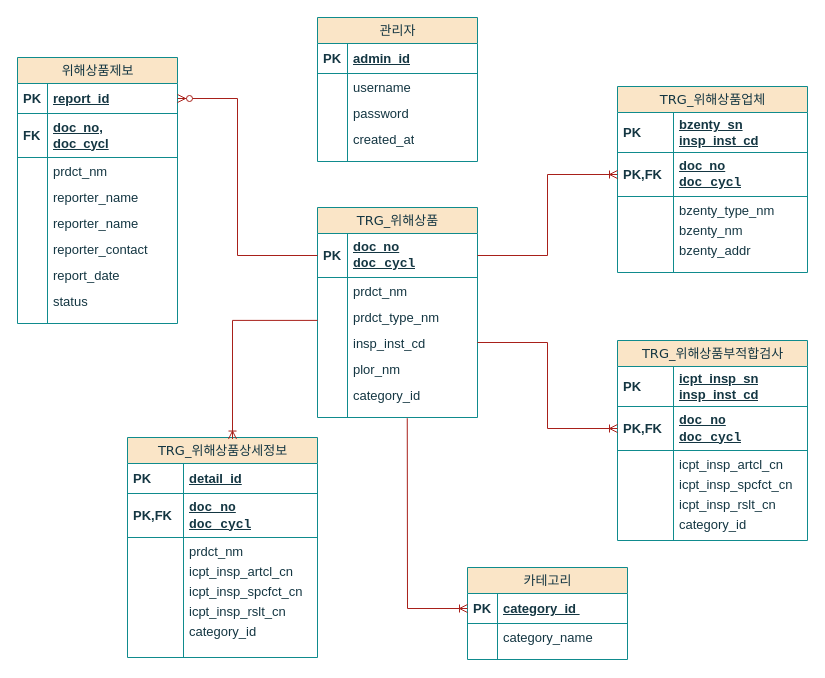
Above: [위해상품관리시스템]_ERD_차수민.drawio in SOOMINCHA/product_front (draw.io), before the change. Source tidied: cells renumbered, new cells numbered last; positions are measured from the earlier drawing's top-left corner, leaving out a move shared by most shapes. Both pictures are drawn from the tidied source at 100%, with x=0, y=0 at pixel (17, 17).
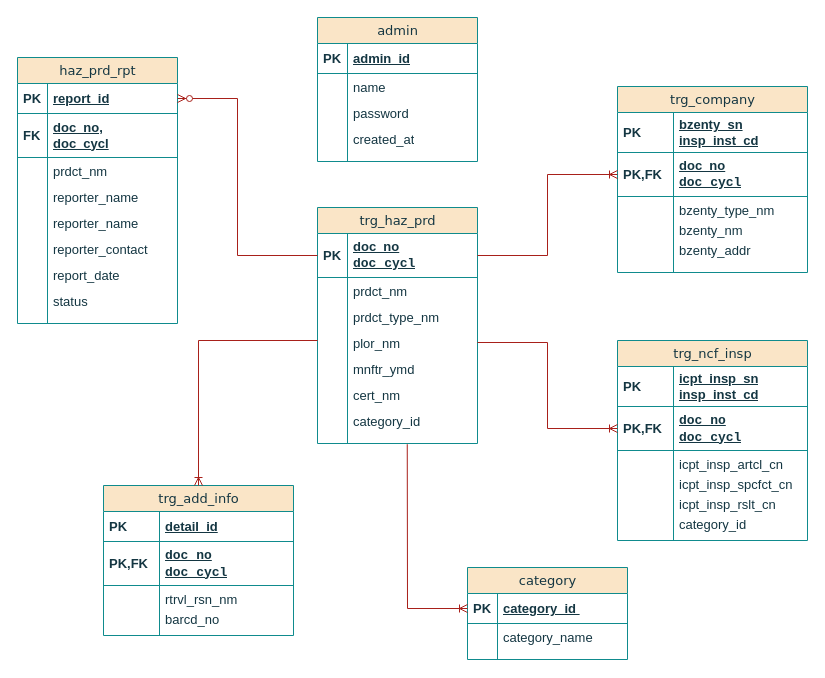
Above is the later version.

Commit message:
[위해상품관리시스템]_ERD_차수민.drawio 업데이트

The edit, as a diff of the source:
```diff
@@
-    <mxCell id="2" value="관리자" style="swimlane;html=1;fontStyle=0;horizontal=1;startSize=26;fillColor=#FAE5C7;swimlaneFillColor=#ffffff;align=center;rounded=0;shadow=0;comic=0;labelBackgroundColor=none;strokeWidth=1;fontFamily=Verdana;fontSize=13;swimlaneLine=1;glass=0;strokeColor=#0F8B8D;fontColor=#143642;" parent="1" vertex="1">
+    <mxCell id="2" value="admin" style="swimlane;html=1;fontStyle=0;horizontal=1;startSize=26;fillColor=#FAE5C7;swimlaneFillColor=#ffffff;align=center;rounded=0;shadow=0;comic=0;labelBackgroundColor=none;strokeWidth=1;fontFamily=Verdana;fontSize=13;swimlaneLine=1;glass=0;strokeColor=#0F8B8D;fontColor=#143642;" parent="1" vertex="1">
       <mxGeometry x="300" width="160" height="144" as="geometry" />
     </mxCell>
@@
-    <mxCell id="5" value="&lt;code&gt;&lt;font face=&quot;Helvetica&quot;&gt;username&lt;/font&gt;&lt;/code&gt;" style="shape=partialRectangle;top=0;left=0;right=0;bottom=0;html=1;align=left;verticalAlign=top;fillColor=none;spacingLeft=34;spacingRight=4;whiteSpace=wrap;overflow=hidden;fontSize=13;labelBackgroundColor=none;strokeColor=#0F8B8D;fontColor=#143642;" parent="2" vertex="1">
+    <mxCell id="5" value="&lt;code&gt;&lt;font face=&quot;Helvetica&quot;&gt;name&lt;/font&gt;&lt;/code&gt;" style="shape=partialRectangle;top=0;left=0;right=0;bottom=0;html=1;align=left;verticalAlign=top;fillColor=none;spacingLeft=34;spacingRight=4;whiteSpace=wrap;overflow=hidden;fontSize=13;labelBackgroundColor=none;strokeColor=#0F8B8D;fontColor=#143642;" parent="2" vertex="1">
       <mxGeometry y="56" width="160" height="26" as="geometry" />
     </mxCell>
@@
-    <mxCell id="13" value="위해상품제보" style="swimlane;html=1;fontStyle=0;horizontal=1;startSize=26;fillColor=#FAE5C7;swimlaneFillColor=#ffffff;align=center;rounded=0;shadow=0;comic=0;labelBackgroundColor=none;strokeWidth=1;fontFamily=Verdana;fontSize=13;strokeColor=#0F8B8D;fontColor=#143642;" parent="1" vertex="1">
+    <mxCell id="13" value="haz_prd_rpt" style="swimlane;html=1;fontStyle=0;horizontal=1;startSize=26;fillColor=#FAE5C7;swimlaneFillColor=#ffffff;align=center;rounded=0;shadow=0;comic=0;labelBackgroundColor=none;strokeWidth=1;fontFamily=Verdana;fontSize=13;strokeColor=#0F8B8D;fontColor=#143642;" parent="1" vertex="1">
       <mxGeometry y="40" width="160" height="266" as="geometry" />
     </mxCell>
@@
-    <mxCell id="32" value="TRG_위해상품" style="swimlane;html=1;fontStyle=0;horizontal=1;startSize=26;fillColor=#FAE5C7;swimlaneFillColor=#ffffff;align=center;rounded=0;shadow=0;comic=0;labelBackgroundColor=none;strokeWidth=1;fontFamily=Verdana;fontSize=13;strokeColor=#0F8B8D;fontColor=#143642;" parent="1" vertex="1">
-      <mxGeometry x="300" y="190" width="160" height="210" as="geometry" />
+    <mxCell id="32" value="trg_haz_prd" style="swimlane;html=1;fontStyle=0;horizontal=1;startSize=26;fillColor=#FAE5C7;swimlaneFillColor=#ffffff;align=center;rounded=0;shadow=0;comic=0;labelBackgroundColor=none;strokeWidth=1;fontFamily=Verdana;fontSize=13;strokeColor=#0F8B8D;fontColor=#143642;" parent="1" vertex="1">
+      <mxGeometry x="300" y="190" width="160" height="236" as="geometry" />
     </mxCell>
@@
-    <mxCell id="39" value="insp_inst_cd" style="shape=partialRectangle;top=0;left=0;right=0;bottom=0;html=1;align=left;verticalAlign=top;fillColor=none;spacingLeft=34;spacingRight=4;whiteSpace=wrap;overflow=hidden;points=[[0,0.5],[1,0.5]];portConstraint=eastwest;fontSize=13;labelBackgroundColor=none;strokeColor=#0F8B8D;fontColor=#143642;" parent="32" vertex="1">
+    <mxCell id="39" value="plor_nm" style="shape=partialRectangle;top=0;left=0;right=0;bottom=0;html=1;align=left;verticalAlign=top;fillColor=none;spacingLeft=34;spacingRight=4;whiteSpace=wrap;overflow=hidden;points=[[0,0.5],[1,0.5]];portConstraint=eastwest;fontSize=13;labelBackgroundColor=none;strokeColor=#0F8B8D;fontColor=#143642;" parent="32" vertex="1">
       <mxGeometry y="122" width="160" height="26" as="geometry" />
     </mxCell>
@@
-    <mxCell id="41" value="plor_nm" style="shape=partialRectangle;top=0;left=0;right=0;bottom=0;html=1;align=left;verticalAlign=top;fillColor=none;spacingLeft=34;spacingRight=4;whiteSpace=wrap;overflow=hidden;fontSize=13;labelBackgroundColor=none;strokeColor=#0F8B8D;fontColor=#143642;" parent="32" vertex="1">
+    <mxCell id="41" value="mnftr_ymd" style="shape=partialRectangle;top=0;left=0;right=0;bottom=0;html=1;align=left;verticalAlign=top;fillColor=none;spacingLeft=34;spacingRight=4;whiteSpace=wrap;overflow=hidden;fontSize=13;labelBackgroundColor=none;strokeColor=#0F8B8D;fontColor=#143642;" parent="32" vertex="1">
       <mxGeometry y="148" width="160" height="26" as="geometry" />
     </mxCell>
@@
+    <mxCell id="98" value="cert_nm" style="shape=partialRectangle;top=0;left=0;right=0;bottom=0;html=1;align=left;verticalAlign=top;fillColor=none;spacingLeft=34;spacingRight=4;whiteSpace=wrap;overflow=hidden;fontSize=13;labelBackgroundColor=none;strokeColor=#0F8B8D;fontColor=#143642;" parent="32" vertex="1">
+      <mxGeometry y="174" width="160" height="26" as="geometry" />
+    </mxCell>
+    <mxCell id="99" style="shape=partialRectangle;top=0;left=0;bottom=0;html=1;fillColor=none;align=left;verticalAlign=top;spacingLeft=4;spacingRight=4;whiteSpace=wrap;overflow=hidden;fontSize=13;labelBackgroundColor=none;strokeColor=#0F8B8D;fontColor=#143642;" parent="98" vertex="1">
+      <mxGeometry width="30" height="26" as="geometry" />
+    </mxCell>
     <mxCell id="43" value="&lt;font face=&quot;Helvetica&quot;&gt;category_id&lt;/font&gt;" style="shape=partialRectangle;top=0;left=0;right=0;bottom=0;html=1;align=left;verticalAlign=top;fillColor=none;spacingLeft=34;spacingRight=4;whiteSpace=wrap;overflow=hidden;fontSize=13;labelBackgroundColor=none;strokeColor=#0F8B8D;fontColor=#143642;" parent="32" vertex="1">
-      <mxGeometry y="174" width="160" height="26" as="geometry" />
+      <mxGeometry y="200" width="160" height="26" as="geometry" />
     </mxCell>
@@
     <mxCell id="45" style="shape=partialRectangle;top=0;left=0;right=0;bottom=0;html=1;align=left;verticalAlign=top;fillColor=none;spacingLeft=34;spacingRight=4;whiteSpace=wrap;overflow=hidden;points=[[0,0.5],[1,0.5]];portConstraint=eastwest;fontSize=13;labelBackgroundColor=none;strokeColor=#0F8B8D;fontColor=#143642;" parent="32" vertex="1">
-      <mxGeometry y="200" width="160" height="10" as="geometry" />
+      <mxGeometry y="226" width="160" height="10" as="geometry" />
     </mxCell>
@@
-    <mxCell id="47" value="TRG_위해상품업체" style="swimlane;html=1;fontStyle=0;horizontal=1;startSize=26;fillColor=#FAE5C7;swimlaneFillColor=#ffffff;align=center;rounded=0;shadow=0;comic=0;labelBackgroundColor=none;strokeWidth=1;fontFamily=Verdana;fontSize=13;strokeColor=#0F8B8D;fontColor=#143642;" parent="1" vertex="1">
+    <mxCell id="47" value="trg_company" style="swimlane;html=1;fontStyle=0;horizontal=1;startSize=26;fillColor=#FAE5C7;swimlaneFillColor=#ffffff;align=center;rounded=0;shadow=0;comic=0;labelBackgroundColor=none;strokeWidth=1;fontFamily=Verdana;fontSize=13;strokeColor=#0F8B8D;fontColor=#143642;" parent="1" vertex="1">
       <mxGeometry x="600" y="69" width="190" height="186" as="geometry" />
     </mxCell>
@@
-    <mxCell id="58" value="TRG_위해상품부적합검사" style="swimlane;html=1;fontStyle=0;horizontal=1;startSize=26;fillColor=#FAE5C7;swimlaneFillColor=#ffffff;align=center;rounded=0;shadow=0;comic=0;labelBackgroundColor=none;strokeWidth=1;fontFamily=Verdana;fontSize=13;strokeColor=#0F8B8D;fontColor=#143642;" parent="1" vertex="1">
+    <mxCell id="58" value="trg_ncf_insp" style="swimlane;html=1;fontStyle=0;horizontal=1;startSize=26;fillColor=#FAE5C7;swimlaneFillColor=#ffffff;align=center;rounded=0;shadow=0;comic=0;labelBackgroundColor=none;strokeWidth=1;fontFamily=Verdana;fontSize=13;strokeColor=#0F8B8D;fontColor=#143642;" parent="1" vertex="1">
       <mxGeometry x="600" y="323" width="190" height="200" as="geometry" />
     </mxCell>
@@
-    <mxCell id="71" value="카테고리" style="swimlane;html=1;fontStyle=0;horizontal=1;startSize=26;fillColor=#FAE5C7;swimlaneFillColor=#ffffff;align=center;rounded=0;shadow=0;comic=0;labelBackgroundColor=none;strokeWidth=1;fontFamily=Verdana;fontSize=13;swimlaneLine=1;strokeColor=#0F8B8D;fontColor=#143642;" parent="1" vertex="1">
+    <mxCell id="71" value="category" style="swimlane;html=1;fontStyle=0;horizontal=1;startSize=26;fillColor=#FAE5C7;swimlaneFillColor=#ffffff;align=center;rounded=0;shadow=0;comic=0;labelBackgroundColor=none;strokeWidth=1;fontFamily=Verdana;fontSize=13;swimlaneLine=1;strokeColor=#0F8B8D;fontColor=#143642;" parent="1" vertex="1">
       <mxGeometry x="450" y="550" width="160" height="92" as="geometry" />
     </mxCell>
@@
-    <mxCell id="82" value="TRG_위해상품상세정보" style="swimlane;html=1;fontStyle=0;horizontal=1;startSize=26;fillColor=#FAE5C7;swimlaneFillColor=#ffffff;align=center;rounded=0;shadow=0;comic=0;labelBackgroundColor=none;strokeWidth=1;fontFamily=Verdana;fontSize=13;strokeColor=#0F8B8D;fontColor=#143642;" parent="1" vertex="1">
-      <mxGeometry x="110" y="420" width="190" height="220" as="geometry" />
+    <mxCell id="82" value="trg_add_info" style="swimlane;html=1;fontStyle=0;horizontal=1;startSize=26;fillColor=#FAE5C7;swimlaneFillColor=#ffffff;align=center;rounded=0;shadow=0;comic=0;labelBackgroundColor=none;strokeWidth=1;fontFamily=Verdana;fontSize=13;strokeColor=#0F8B8D;fontColor=#143642;" parent="1" vertex="1">
+      <mxGeometry x="86" y="468" width="190" height="150" as="geometry" />
     </mxCell>
@@
-    <mxCell id="87" value="prdct_nm" style="shape=partialRectangle;top=0;left=0;right=0;bottom=0;html=1;align=left;verticalAlign=top;fillColor=none;spacingLeft=60;spacingRight=4;whiteSpace=wrap;overflow=hidden;fontSize=13;labelBackgroundColor=none;strokeColor=#0F8B8D;fontColor=#143642;" parent="82" vertex="1">
+    <mxCell id="87" value="rtrvl_rsn_nm" style="shape=partialRectangle;top=0;left=0;right=0;bottom=0;html=1;align=left;verticalAlign=top;fillColor=none;spacingLeft=60;spacingRight=4;whiteSpace=wrap;overflow=hidden;fontSize=13;labelBackgroundColor=none;strokeColor=#0F8B8D;fontColor=#143642;" parent="82" vertex="1">
       <mxGeometry y="100" width="190" height="20" as="geometry" />
     </mxCell>
@@
-    <mxCell id="89" value="&lt;code&gt;&lt;font face=&quot;Helvetica&quot;&gt;icpt_insp_artcl_cn &lt;/font&gt;&lt;/code&gt;" style="shape=partialRectangle;top=0;left=0;right=0;bottom=0;html=1;align=left;verticalAlign=top;fillColor=none;spacingLeft=60;spacingRight=4;whiteSpace=wrap;overflow=hidden;fontSize=13;labelBackgroundColor=none;strokeColor=#0F8B8D;fontColor=#143642;" parent="82" vertex="1">
-      <mxGeometry y="120" width="190" height="20" as="geometry" />
+    <mxCell id="89" value="barcd_no" style="shape=partialRectangle;top=0;left=0;right=0;bottom=0;html=1;align=left;verticalAlign=top;fillColor=none;spacingLeft=60;spacingRight=4;whiteSpace=wrap;overflow=hidden;fontSize=13;labelBackgroundColor=none;strokeColor=#0F8B8D;fontColor=#143642;" parent="82" vertex="1">
+      <mxGeometry y="120" width="190" height="30" as="geometry" />
     </mxCell>
     <mxCell id="90" style="shape=partialRectangle;top=0;left=0;bottom=0;html=1;fillColor=none;align=left;verticalAlign=top;spacingLeft=4;spacingRight=4;whiteSpace=wrap;overflow=hidden;fontSize=13;labelBackgroundColor=none;strokeColor=#0F8B8D;fontColor=#143642;" parent="89" vertex="1">
-      <mxGeometry width="56" height="20" as="geometry" />
+      <mxGeometry width="56" height="30" as="geometry" />
     </mxCell>
-    <mxCell id="91" value="&lt;font face=&quot;Helvetica&quot;&gt;icpt_insp_spcfct_cn&lt;/font&gt;" style="shape=partialRectangle;top=0;left=0;right=0;bottom=0;html=1;align=left;verticalAlign=top;fillColor=none;spacingLeft=60;spacingRight=4;whiteSpace=wrap;overflow=hidden;fontSize=13;labelBackgroundColor=none;strokeColor=#0F8B8D;fontColor=#143642;" parent="82" vertex="1">
-      <mxGeometry y="140" width="190" height="20" as="geometry" />
-    </mxCell>
-    <mxCell id="92" style="shape=partialRectangle;top=0;left=0;bottom=0;html=1;fillColor=none;align=left;verticalAlign=top;spacingLeft=4;spacingRight=4;whiteSpace=wrap;overflow=hidden;fontSize=13;labelBackgroundColor=none;strokeColor=#0F8B8D;fontColor=#143642;" parent="91" vertex="1">
-      <mxGeometry width="56" height="20" as="geometry" />
-    </mxCell>
-    <mxCell id="93" value="&lt;code&gt;&lt;font face=&quot;Helvetica&quot;&gt;icpt_insp_rslt_cn  &lt;/font&gt;&lt;/code&gt;" style="shape=partialRectangle;top=0;left=0;right=0;bottom=0;html=1;align=left;verticalAlign=top;fillColor=none;spacingLeft=60;spacingRight=4;whiteSpace=wrap;overflow=hidden;fontSize=13;labelBackgroundColor=none;strokeColor=#0F8B8D;fontColor=#143642;" parent="82" vertex="1">
-      <mxGeometry y="160" width="190" height="20" as="geometry" />
-    </mxCell>
-    <mxCell id="94" style="shape=partialRectangle;top=0;left=0;bottom=0;html=1;fillColor=none;align=left;verticalAlign=top;spacingLeft=4;spacingRight=4;whiteSpace=wrap;overflow=hidden;fontSize=13;labelBackgroundColor=none;strokeColor=#0F8B8D;fontColor=#143642;" parent="93" vertex="1">
-      <mxGeometry width="56" height="20" as="geometry" />
-    </mxCell>
-    <mxCell id="95" value="&lt;code&gt;&lt;font face=&quot;Helvetica&quot;&gt;category_id &lt;/font&gt;&lt;/code&gt;" style="shape=partialRectangle;top=0;left=0;right=0;bottom=0;html=1;align=left;verticalAlign=top;fillColor=none;spacingLeft=60;spacingRight=4;whiteSpace=wrap;overflow=hidden;fontSize=13;labelBackgroundColor=none;strokeColor=#0F8B8D;fontColor=#143642;" parent="82" vertex="1">
-      <mxGeometry y="180" width="190" height="40" as="geometry" />
-    </mxCell>
-    <mxCell id="96" style="shape=partialRectangle;top=0;left=0;bottom=0;html=1;fillColor=none;align=left;verticalAlign=top;spacingLeft=4;spacingRight=4;whiteSpace=wrap;overflow=hidden;fontSize=13;labelBackgroundColor=none;strokeColor=#0F8B8D;fontColor=#143642;" parent="95" vertex="1">
-      <mxGeometry width="56" height="40" as="geometry" />
-    </mxCell>
-    <mxCell id="97" style="edgeStyle=elbowEdgeStyle;fontSize=13;html=1;endArrow=ERoneToMany;rounded=0;exitX=0.006;exitY=1.188;exitDx=0;exitDy=0;exitPerimeter=0;entryX=0.554;entryY=0.007;entryDx=0;entryDy=0;entryPerimeter=0;labelBackgroundColor=none;strokeColor=#A8201A;fontColor=default;" parent="1" edge="1" target="82">
+    <mxCell id="97" style="edgeStyle=elbowEdgeStyle;fontSize=13;html=1;endArrow=ERoneToMany;rounded=0;exitX=0.006;exitY=1.188;exitDx=0;exitDy=0;exitPerimeter=0;labelBackgroundColor=none;strokeColor=#A8201A;fontColor=default;entryX=0.5;entryY=0;entryDx=0;entryDy=0;" parent="1" edge="1" target="82">
       <mxGeometry relative="1" as="geometry">
-        <mxPoint x="300" y="302.9" as="sourcePoint" />
+        <mxPoint x="300" y="323" as="sourcePoint" />
         <Array as="points">
-          <mxPoint x="215" y="360" />
-          <mxPoint x="95.8" y="320" />
+          <mxPoint x="181" y="358.1" />
+          <mxPoint x="186" y="348.1" />
+          <mxPoint x="215" y="380.1" />
+          <mxPoint x="95.8" y="340.1" />
         </Array>
       </mxGeometry>
     </mxCell>
```
